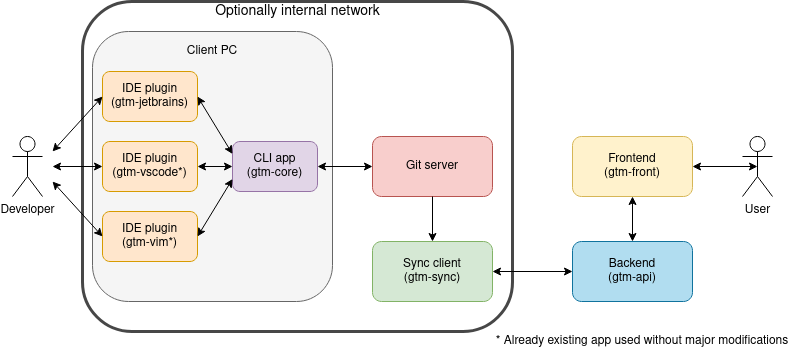
Before: figures/project_archidecture.png, a diagram exported from draw.io (DEVELOPEST/gtm-thesis). Source tidied: cells renumbered, new cells last; positions are measured from the earlier drawing's top-left corner, leaving out a move shared by most shapes.
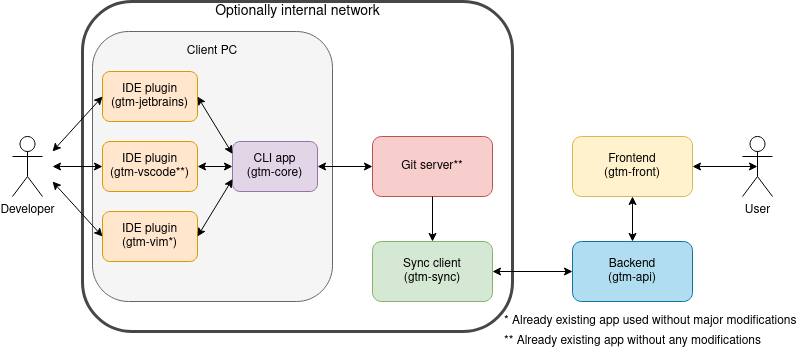
The same file after the commit.

What changed in the source:
```diff
@@ -11,7 +11,7 @@
     <mxCell id="4" value="Client PC" style="text;html=1;strokeColor=none;fillColor=none;align=center;verticalAlign=middle;whiteSpace=wrap;rounded=0;" parent="1" vertex="1">
       <mxGeometry x="170" y="40" width="60" height="20" as="geometry" />
     </mxCell>
-    <mxCell id="5" value="Git server" style="rounded=1;whiteSpace=wrap;html=1;fillColor=#f8cecc;strokeColor=#b85450;" parent="1" vertex="1">
+    <mxCell id="5" value="Git server**" style="rounded=1;whiteSpace=wrap;html=1;fillColor=#f8cecc;strokeColor=#b85450;" parent="1" vertex="1">
       <mxGeometry x="360" y="135" width="120" height="60" as="geometry" />
     </mxCell>
     <mxCell id="6" value="Sync client&lt;br&gt;&lt;div&gt;(gtm-sync)&lt;/div&gt;" style="rounded=1;whiteSpace=wrap;html=1;fillColor=#d5e8d4;strokeColor=#82b366;" parent="1" vertex="1">
@@ -29,7 +29,7 @@
     <mxCell id="10" value="&lt;div&gt;IDE plugin&lt;br&gt;&lt;/div&gt;&lt;div&gt;(gtm-jetbrains)&lt;/div&gt;" style="rounded=1;whiteSpace=wrap;html=1;fillColor=#ffe6cc;strokeColor=#d79b00;" parent="1" vertex="1">
       <mxGeometry x="90" y="70" width="95" height="50" as="geometry" />
     </mxCell>
-    <mxCell id="11" value="&lt;div&gt;IDE plugin&lt;br&gt;&lt;/div&gt;&lt;div&gt;(gtm-vscode*)&lt;/div&gt;" style="rounded=1;whiteSpace=wrap;html=1;fillColor=#ffe6cc;strokeColor=#d79b00;" parent="1" vertex="1">
+    <mxCell id="11" value="&lt;div&gt;IDE plugin&lt;br&gt;&lt;/div&gt;&lt;div&gt;(gtm-vscode**)&lt;/div&gt;" style="rounded=1;whiteSpace=wrap;html=1;fillColor=#ffe6cc;strokeColor=#d79b00;" parent="1" vertex="1">
       <mxGeometry x="90" y="140" width="95" height="50" as="geometry" />
     </mxCell>
     <mxCell id="12" value="&lt;div&gt;IDE plugin&lt;br&gt;&lt;/div&gt;&lt;div&gt;(gtm-vim*)&lt;/div&gt;" style="rounded=1;whiteSpace=wrap;html=1;fillColor=#ffe6cc;strokeColor=#d79b00;" parent="1" vertex="1">
@@ -83,8 +83,11 @@
         <mxPoint x="40" y="165" as="sourcePoint" />
       </mxGeometry>
     </mxCell>
-    <mxCell id="27" value="* Already existing app used without major modifications" style="text;html=1;strokeColor=none;fillColor=none;align=center;verticalAlign=middle;whiteSpace=wrap;rounded=0;" parent="1" vertex="1">
-      <mxGeometry x="480" y="330" width="300" height="20" as="geometry" />
+    <mxCell id="27" value="&lt;div align=&quot;left&quot;&gt;* Already existing app used without major modifications&lt;/div&gt;" style="text;html=1;strokeColor=none;fillColor=none;align=left;verticalAlign=middle;whiteSpace=wrap;rounded=0;" parent="1" vertex="1">
+      <mxGeometry x="490" y="310" width="300" height="20" as="geometry" />
     </mxCell>
+    <mxCell id="28" value="&lt;div align=&quot;left&quot;&gt;** Already existing app without any modifications&lt;/div&gt;" style="text;html=1;strokeColor=none;fillColor=none;align=left;verticalAlign=middle;whiteSpace=wrap;rounded=0;" parent="1" vertex="1">
+      <mxGeometry x="490" y="330" width="300" height="20" as="geometry" />
+    </mxCell>
   </root>
 </mxGraphModel>
```
